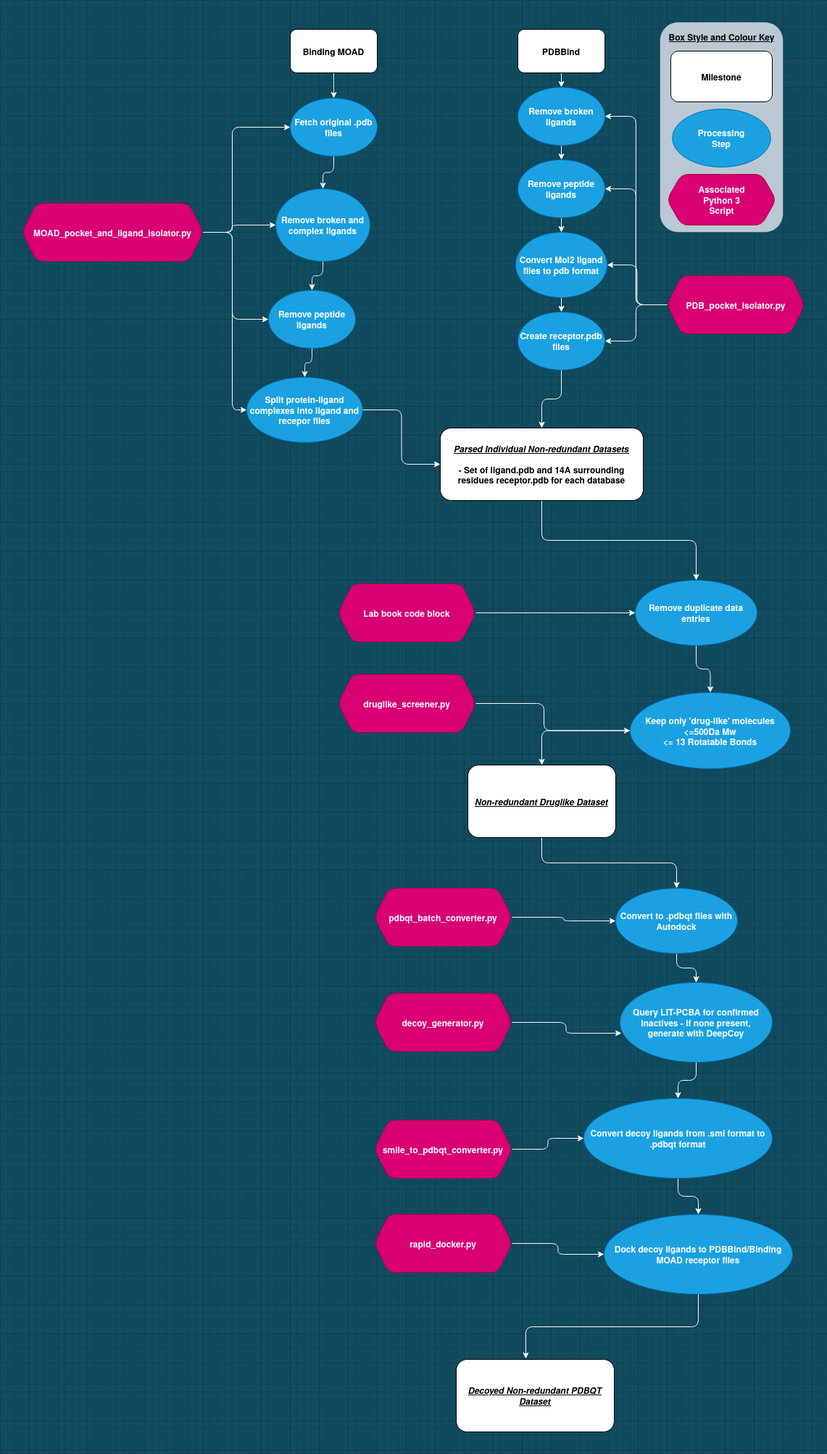
miles-mcgibbon/XGBScore keeps this draw.io diagram as labbook/Images/data_cleaning.png. Above is the earlier version. Source tidied: cells renumbered, new cells last; positions are measured from the earlier drawing's top-left corner, leaving out a move shared by most shapes.
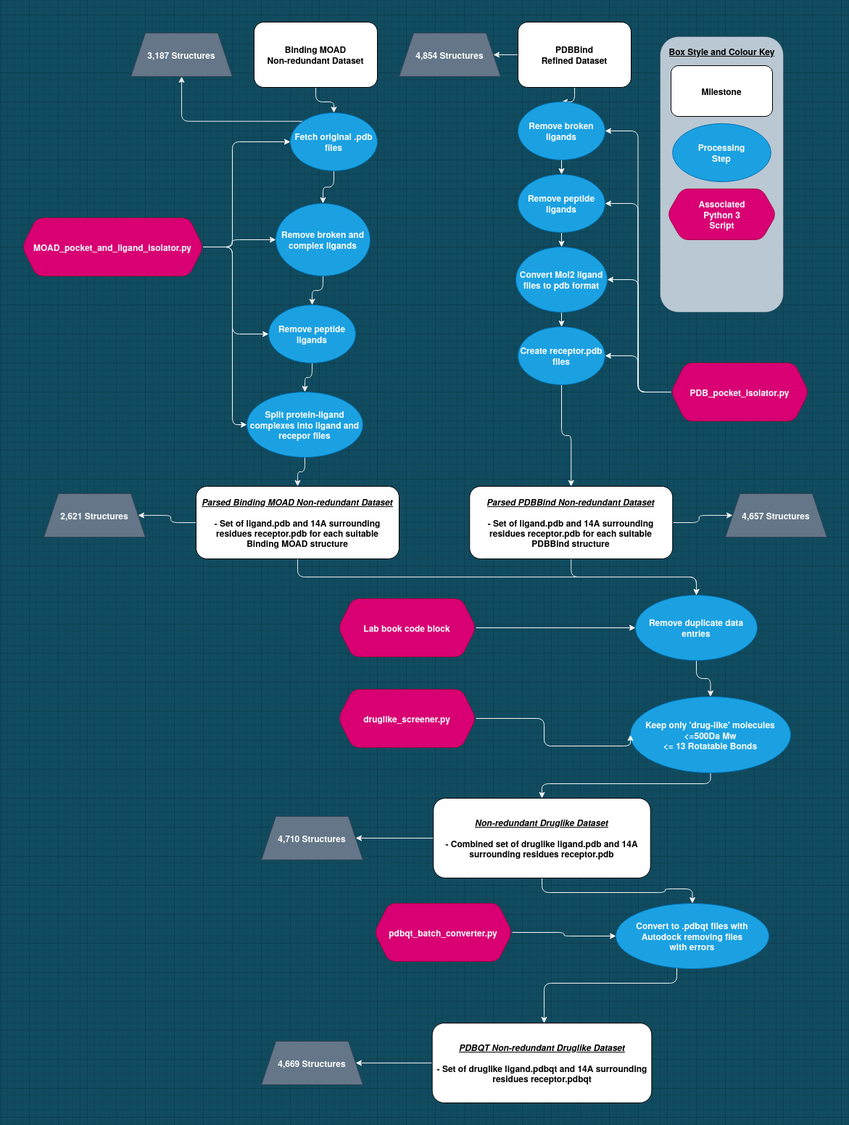
The same file after the commit.

Commit message:
Updated decoy generation notes with LIT-PCBA overlap analysis results

The edit, as a diff of the source:
```diff
@@ -3,21 +3,24 @@
     <mxCell id="0" />
     <mxCell id="1" parent="0" />
     <mxCell id="2" style="rounded=1;whiteSpace=wrap;html=1;strokeWidth=1;dashed=1;dashPattern=1 1;fillColor=#bac8d3;strokeColor=#23445d;" parent="1" vertex="1">
-      <mxGeometry x="880" width="170" height="290" as="geometry" />
+      <mxGeometry x="880" width="170" height="380" as="geometry" />
     </mxCell>
     <mxCell id="3" style="edgeStyle=orthogonalEdgeStyle;rounded=1;jettySize=auto;html=1;strokeColor=#F0F0F0;" parent="1" edge="1" source="4" target="52">
       <mxGeometry relative="1" as="geometry" />
     </mxCell>
-    <mxCell id="4" value="Binding MOAD" style="rounded=1;whiteSpace=wrap;html=1;sketch=0;fontStyle=1;" parent="1" vertex="1">
-      <mxGeometry x="370" y="10" width="120" height="60" as="geometry" />
+    <mxCell id="4" value="&lt;div&gt;Binding MOAD &lt;br&gt;&lt;/div&gt;&lt;div&gt;Non-redundant Dataset&lt;/div&gt;" style="rounded=1;whiteSpace=wrap;html=1;sketch=0;fontStyle=1;" parent="1" vertex="1">
+      <mxGeometry x="320" y="-20" width="170" height="90" as="geometry" />
     </mxCell>
     <mxCell id="5" style="edgeStyle=orthogonalEdgeStyle;rounded=1;jettySize=auto;html=1;strokeColor=#FAFAFA;" parent="1" edge="1" source="6" target="54">
       <mxGeometry relative="1" as="geometry" />
     </mxCell>
+    <mxCell id="66" style="edgeStyle=orthogonalEdgeStyle;rounded=1;jettySize=auto;html=1;exitX=0;exitY=0.5;exitDx=0;exitDy=0;entryX=1;entryY=0.5;entryDx=0;entryDy=0;strokeColor=#F0F0F0;" parent="1" edge="1" source="6" target="72">
+      <mxGeometry relative="1" as="geometry" />
+    </mxCell>
-    <mxCell id="6" value="PDBBind" style="rounded=1;whiteSpace=wrap;html=1;sketch=0;fontStyle=1;" parent="1" vertex="1">
-      <mxGeometry x="684" y="10" width="120" height="60" as="geometry" />
+    <mxCell id="6" value="&lt;div&gt;PDBBind &lt;br&gt;&lt;/div&gt;&lt;div&gt;Refined Dataset&lt;/div&gt;" style="rounded=1;whiteSpace=wrap;html=1;sketch=0;fontStyle=1;" parent="1" vertex="1">
+      <mxGeometry x="684" y="-20" width="156" height="90" as="geometry" />
     </mxCell>
-    <mxCell id="7" style="edgeStyle=orthogonalEdgeStyle;curved=0;rounded=1;sketch=0;jettySize=auto;html=1;entryX=0;entryY=0.5;entryDx=0;entryDy=0;fontColor=#E4FDE1;strokeColor=#F7F7F7;fontStyle=1;exitX=1;exitY=0.5;exitDx=0;exitDy=0;" parent="1" edge="1" source="8" target="11">
+    <mxCell id="7" style="edgeStyle=orthogonalEdgeStyle;rounded=1;jettySize=auto;html=1;entryX=0.5;entryY=0;entryDx=0;entryDy=0;strokeColor=#F0F0F0;" parent="1" edge="1" source="8" target="11">
       <mxGeometry relative="1" as="geometry" />
     </mxCell>
     <mxCell id="8" value="Split protein-ligand complexes into ligand and recepor files" style="ellipse;whiteSpace=wrap;html=1;rounded=1;sketch=0;fillColor=#1ba1e2;strokeColor=#006EAF;fontColor=#ffffff;fontStyle=1;" parent="1" vertex="1">
@@ -26,54 +29,51 @@
     <mxCell id="9" style="edgeStyle=orthogonalEdgeStyle;curved=0;rounded=1;sketch=0;jettySize=auto;html=1;strokeColor=#F7F7F7;fillColor=#F45B69;fontColor=#E4FDE1;exitX=0.5;exitY=1;exitDx=0;exitDy=0;entryX=0.5;entryY=0;entryDx=0;entryDy=0;fontStyle=1;" parent="1" edge="1" source="17" target="19">
       <mxGeometry relative="1" as="geometry" />
     </mxCell>
-    <mxCell id="10" style="edgeStyle=orthogonalEdgeStyle;curved=0;rounded=1;sketch=0;jettySize=auto;html=1;strokeColor=#F7F7F7;fillColor=#F45B69;fontColor=#E4FDE1;fontStyle=1;" parent="1" edge="1" source="11" target="17">
+    <mxCell id="10" style="edgeStyle=orthogonalEdgeStyle;rounded=1;jettySize=auto;html=1;exitX=0.5;exitY=1;exitDx=0;exitDy=0;entryX=0.5;entryY=0;entryDx=0;entryDy=0;strokeColor=#F0F0F0;" parent="1" edge="1" source="11" target="17">
       <mxGeometry relative="1" as="geometry" />
     </mxCell>
+    <mxCell id="67" style="edgeStyle=orthogonalEdgeStyle;rounded=1;jettySize=auto;html=1;exitX=0;exitY=0.5;exitDx=0;exitDy=0;entryX=1;entryY=0.5;entryDx=0;entryDy=0;strokeColor=#F0F0F0;" parent="1" edge="1" source="11" target="77">
+      <mxGeometry relative="1" as="geometry" />
+    </mxCell>
-    <mxCell id="11" value="&lt;div&gt;&lt;u&gt;&lt;i&gt;Parsed Individual Non-redundant Datasets&lt;/i&gt;&lt;/u&gt;&lt;br&gt;&lt;/div&gt;&lt;div&gt;&lt;br&gt;&lt;/div&gt;&lt;div&gt;- Set of ligand.pdb and 14A surrounding residues receptor.pdb for each database&lt;br&gt;&lt;/div&gt;" style="rounded=1;whiteSpace=wrap;html=1;sketch=0;fontStyle=1;" parent="1" vertex="1">
-      <mxGeometry x="577" y="560" width="280" height="100" as="geometry" />
+    <mxCell id="11" value="&lt;div&gt;&lt;u&gt;&lt;i&gt;Parsed Binding MOAD Non-redundant Dataset&lt;/i&gt;&lt;/u&gt;&lt;br&gt;&lt;/div&gt;&lt;div&gt;&lt;br&gt;&lt;/div&gt;&lt;div&gt;- Set of ligand.pdb and 14A surrounding residues receptor.pdb for each suitable &lt;br&gt;&lt;/div&gt;&lt;div&gt;Binding MOAD structure&lt;br&gt;&lt;/div&gt;" style="rounded=1;whiteSpace=wrap;html=1;sketch=0;fontStyle=1;" parent="1" vertex="1">
+      <mxGeometry x="240" y="620" width="280" height="100" as="geometry" />
     </mxCell>
-    <mxCell id="12" style="edgeStyle=orthogonalEdgeStyle;curved=0;rounded=1;sketch=0;jettySize=auto;html=1;strokeColor=#F7F7F7;fillColor=#F45B69;fontColor=#E4FDE1;fontStyle=1;" parent="1" edge="1" source="13" target="15">
-      <mxGeometry relative="1" as="geometry" />
+    <mxCell id="12" style="edgeStyle=orthogonalEdgeStyle;curved=0;rounded=1;sketch=0;jettySize=auto;html=1;strokeColor=#F7F7F7;fillColor=#F45B69;fontColor=#E4FDE1;fontStyle=1;" parent="1" edge="1" source="13">
+      <mxGeometry relative="1" as="geometry">
+        <mxPoint x="720" y="1360" as="targetPoint" />
+        <Array as="points">
+          <mxPoint x="903" y="1305" />
+          <mxPoint x="720" y="1305" />
+          <mxPoint x="720" y="1350" />
+        </Array>
+      </mxGeometry>
     </mxCell>
-    <mxCell id="13" value="Convert to .pdbqt files with Autodock" style="ellipse;whiteSpace=wrap;html=1;rounded=0;sketch=0;strokeColor=#006EAF;fillColor=#1ba1e2;fontColor=#ffffff;fontStyle=1;" parent="1" vertex="1">
-      <mxGeometry x="819" y="1195" width="168" height="90" as="geometry" />
+    <mxCell id="13" value="&lt;div&gt;Convert to .pdbqt files with Autodock removing files &lt;br&gt;&lt;/div&gt;&lt;div&gt;with errors&lt;/div&gt;" style="ellipse;whiteSpace=wrap;html=1;rounded=0;sketch=0;strokeColor=#006EAF;fillColor=#1ba1e2;fontColor=#ffffff;fontStyle=1;" parent="1" vertex="1">
+      <mxGeometry x="819" y="1195" width="211" height="90" as="geometry" />
     </mxCell>
-    <mxCell id="14" style="edgeStyle=orthogonalEdgeStyle;rounded=1;jettySize=auto;html=1;strokeColor=#FAFAFA;fontStyle=1;" parent="1" edge="1" source="15" target="23">
-      <mxGeometry relative="1" as="geometry" />
-    </mxCell>
-    <mxCell id="15" value="&lt;div&gt;Query LIT-PCBA for confirmed inactives - if none present, &lt;br&gt;&lt;/div&gt;&lt;div&gt;generate with DeepCoy &lt;/div&gt;" style="ellipse;whiteSpace=wrap;html=1;rounded=0;sketch=0;strokeColor=#006EAF;fillColor=#1ba1e2;fontColor=#ffffff;fontStyle=1;" parent="1" vertex="1">
-      <mxGeometry x="825" y="1325" width="210" height="110" as="geometry" />
-    </mxCell>
-    <mxCell id="16" value="&lt;i&gt;&lt;u&gt;&lt;b&gt;Decoyed Non-redundant PDBQT Dataset&lt;br&gt;&lt;/b&gt;&lt;/u&gt;&lt;/i&gt;" style="rounded=1;whiteSpace=wrap;html=1;sketch=0;fontStyle=1;" parent="1" vertex="1">
-      <mxGeometry x="599" y="1845" width="218" height="100" as="geometry" />
-    </mxCell>
     <mxCell id="17" value="&lt;div&gt;Remove duplicate data &lt;br&gt;&lt;/div&gt;&lt;div&gt;entries&lt;/div&gt;" style="ellipse;whiteSpace=wrap;html=1;rounded=0;sketch=0;strokeColor=#006EAF;fillColor=#1ba1e2;fontColor=#ffffff;fontStyle=1;" parent="1" vertex="1">
       <mxGeometry x="846" y="770" width="168" height="90" as="geometry" />
     </mxCell>
     <mxCell id="18" style="edgeStyle=orthogonalEdgeStyle;rounded=1;jettySize=auto;html=1;entryX=0.5;entryY=0;entryDx=0;entryDy=0;strokeColor=#FAFAFA;" parent="1" edge="1" source="19" target="21">
-      <mxGeometry relative="1" as="geometry" />
+      <mxGeometry relative="1" as="geometry">
+        <Array as="points">
+          <mxPoint x="950" y="1030" />
+          <mxPoint x="717" y="1030" />
+        </Array>
+      </mxGeometry>
     </mxCell>
     <mxCell id="19" value="&lt;div&gt;Keep only 'drug-like' molecules&lt;/div&gt;&lt;div&gt;&amp;lt;=500Da Mw&lt;/div&gt;&lt;div&gt;&amp;lt;= 13 Rotatable Bonds&lt;br&gt;&lt;/div&gt;" style="ellipse;whiteSpace=wrap;html=1;rounded=0;sketch=0;strokeColor=#006EAF;fillColor=#1ba1e2;fontColor=#ffffff;fontStyle=1;" parent="1" vertex="1">
-      <mxGeometry x="839" y="925" width="221" height="105" as="geometry" />
+      <mxGeometry x="839" y="910" width="221" height="105" as="geometry" />
     </mxCell>
     <mxCell id="20" style="edgeStyle=orthogonalEdgeStyle;rounded=1;jettySize=auto;html=1;entryX=0.5;entryY=0;entryDx=0;entryDy=0;strokeColor=#FAFAFA;" parent="1" edge="1" source="21" target="13">
       <mxGeometry relative="1" as="geometry" />
     </mxCell>
+    <mxCell id="68" style="edgeStyle=orthogonalEdgeStyle;rounded=1;jettySize=auto;html=1;entryX=1;entryY=0.5;entryDx=0;entryDy=0;strokeColor=#F0F0F0;" parent="1" edge="1" source="21" target="78">
+      <mxGeometry relative="1" as="geometry" />
+    </mxCell>
-    <mxCell id="21" value="&lt;u&gt;&lt;i&gt;Non-redundant Druglike Dataset&lt;br&gt;&lt;/i&gt;&lt;/u&gt;" style="rounded=1;whiteSpace=wrap;html=1;sketch=0;fontStyle=1;" parent="1" vertex="1">
-      <mxGeometry x="615" y="1025" width="204" height="100" as="geometry" />
+    <mxCell id="21" value="&lt;div&gt;&lt;u&gt;&lt;i&gt;Non-redundant Druglike Dataset&lt;/i&gt;&lt;/u&gt;&lt;/div&gt;&lt;div&gt;&lt;br&gt;&lt;/div&gt;&lt;div&gt;- Combined set of druglike ligand.pdb and 14A surrounding residues receptor.pdb &lt;br&gt;&lt;/div&gt;" style="rounded=1;whiteSpace=wrap;html=1;sketch=0;fontStyle=1;" parent="1" vertex="1">
+      <mxGeometry x="567.2" y="1050" width="299.5" height="110" as="geometry" />
     </mxCell>
-    <mxCell id="22" style="edgeStyle=orthogonalEdgeStyle;rounded=1;jettySize=auto;html=1;strokeColor=#FAFAFA;fontStyle=1;" parent="1" edge="1" source="23" target="25">
-      <mxGeometry relative="1" as="geometry" />
-    </mxCell>
-    <mxCell id="23" value="Convert decoy ligands from .smi format to .pdbqt format" style="ellipse;whiteSpace=wrap;html=1;rounded=0;sketch=0;strokeColor=#006EAF;fillColor=#1ba1e2;fontColor=#ffffff;fontStyle=1;" parent="1" vertex="1">
-      <mxGeometry x="775" y="1485" width="260" height="110" as="geometry" />
-    </mxCell>
-    <mxCell id="24" style="edgeStyle=orthogonalEdgeStyle;rounded=1;jettySize=auto;html=1;entryX=0.44;entryY=-0.01;entryDx=0;entryDy=0;entryPerimeter=0;strokeColor=#FAFAFA;fontStyle=1;" parent="1" edge="1" source="25" target="16">
-      <mxGeometry relative="1" as="geometry" />
-    </mxCell>
-    <mxCell id="25" value="Dock decoy ligands to PDBBind/Binding MOAD receptor files" style="ellipse;whiteSpace=wrap;html=1;rounded=0;sketch=0;strokeColor=#006EAF;fillColor=#1ba1e2;fontColor=#ffffff;fontStyle=1;" parent="1" vertex="1">
-      <mxGeometry x="803" y="1645" width="260" height="110" as="geometry" />
-    </mxCell>
     <mxCell id="26" style="edgeStyle=orthogonalEdgeStyle;rounded=1;jettySize=auto;html=1;entryX=0;entryY=0.5;entryDx=0;entryDy=0;strokeColor=#FAFAFA;" parent="1" edge="1" source="30" target="52">
       <mxGeometry relative="1" as="geometry">
         <Array as="points">
@@ -132,24 +132,6 @@
     <mxCell id="36" value="pdbqt_batch_converter.py" style="shape=hexagon;perimeter=hexagonPerimeter2;whiteSpace=wrap;html=1;fixedSize=1;rounded=1;fontStyle=1;strokeColor=#A50040;fillColor=#d80073;sketch=0;fontColor=#ffffff;" parent="1" vertex="1">
       <mxGeometry x="486" y="1195" width="190" height="80" as="geometry" />
     </mxCell>
-    <mxCell id="37" style="edgeStyle=orthogonalEdgeStyle;rounded=1;jettySize=auto;html=1;entryX=0.01;entryY=0.636;entryDx=0;entryDy=0;entryPerimeter=0;strokeColor=#FAFAFA;" parent="1" edge="1" source="38" target="15">
-      <mxGeometry relative="1" as="geometry" />
-    </mxCell>
-    <mxCell id="38" value="decoy_generator.py" style="shape=hexagon;perimeter=hexagonPerimeter2;whiteSpace=wrap;html=1;fixedSize=1;rounded=1;fontStyle=1;strokeColor=#A50040;fillColor=#d80073;sketch=0;fontColor=#ffffff;" parent="1" vertex="1">
-      <mxGeometry x="486" y="1340" width="190" height="80" as="geometry" />
-    </mxCell>
-    <mxCell id="39" style="edgeStyle=orthogonalEdgeStyle;rounded=1;jettySize=auto;html=1;entryX=0;entryY=0.5;entryDx=0;entryDy=0;strokeColor=#FAFAFA;" parent="1" edge="1" source="40" target="23">
-      <mxGeometry relative="1" as="geometry" />
-    </mxCell>
-    <mxCell id="40" value="smile_to_pdbqt_converter.py" style="shape=hexagon;perimeter=hexagonPerimeter2;whiteSpace=wrap;html=1;fixedSize=1;rounded=1;fontStyle=1;strokeColor=#A50040;fillColor=#d80073;sketch=0;fontColor=#ffffff;" parent="1" vertex="1">
-      <mxGeometry x="486" y="1515" width="190" height="80" as="geometry" />
-    </mxCell>
-    <mxCell id="41" style="edgeStyle=orthogonalEdgeStyle;rounded=1;jettySize=auto;html=1;entryX=0;entryY=0.5;entryDx=0;entryDy=0;strokeColor=#FAFAFA;" parent="1" edge="1" source="42" target="25">
-      <mxGeometry relative="1" as="geometry" />
-    </mxCell>
-    <mxCell id="42" value="rapid_docker.py" style="shape=hexagon;perimeter=hexagonPerimeter2;whiteSpace=wrap;html=1;fixedSize=1;rounded=1;fontStyle=1;strokeColor=#A50040;fillColor=#d80073;sketch=0;fontColor=#ffffff;" parent="1" vertex="1">
-      <mxGeometry x="486" y="1645" width="190" height="80" as="geometry" />
-    </mxCell>
     <mxCell id="43" value="&lt;b&gt;Milestone&lt;/b&gt;" style="rounded=1;whiteSpace=wrap;html=1;perimeterSpacing=5;strokeWidth=1;" parent="1" vertex="1">
       <mxGeometry x="895" y="40" width="140" height="70" as="geometry" />
     </mxCell>
@@ -177,6 +159,9 @@
     <mxCell id="51" style="edgeStyle=orthogonalEdgeStyle;rounded=1;jettySize=auto;html=1;entryX=0.5;entryY=0;entryDx=0;entryDy=0;strokeColor=#F0F0F0;" parent="1" edge="1" source="52" target="48">
       <mxGeometry relative="1" as="geometry" />
     </mxCell>
+    <mxCell id="69" style="edgeStyle=orthogonalEdgeStyle;rounded=1;jettySize=auto;html=1;exitX=0;exitY=0;exitDx=0;exitDy=0;entryX=0.5;entryY=1;entryDx=0;entryDy=0;strokeColor=#F0F0F0;" parent="1" edge="1" source="52" target="80">
+      <mxGeometry relative="1" as="geometry" />
+    </mxCell>
     <mxCell id="52" value="Fetch original .pdb files" style="ellipse;whiteSpace=wrap;html=1;rounded=1;fontStyle=1;sketch=0;fillColor=#1ba1e2;strokeColor=#006EAF;fontColor=#ffffff;" parent="1" vertex="1">
       <mxGeometry x="370" y="105" width="120" height="80" as="geometry" />
     </mxCell>
@@ -198,8 +183,13 @@
     <mxCell id="58" value="Convert Mol2 ligand files to pdb format" style="ellipse;whiteSpace=wrap;html=1;rounded=1;fontStyle=1;sketch=0;fillColor=#1ba1e2;strokeColor=#006EAF;fontColor=#ffffff;" parent="1" vertex="1">
       <mxGeometry x="681" y="290" width="126" height="90" as="geometry" />
     </mxCell>
-    <mxCell id="59" style="edgeStyle=orthogonalEdgeStyle;rounded=1;jettySize=auto;html=1;entryX=0.5;entryY=0;entryDx=0;entryDy=0;strokeColor=#FAFAFA;" parent="1" edge="1" source="60" target="11">
-      <mxGeometry relative="1" as="geometry" />
+    <mxCell id="59" style="edgeStyle=orthogonalEdgeStyle;rounded=1;jettySize=auto;html=1;entryX=0.5;entryY=0;entryDx=0;entryDy=0;strokeColor=#FAFAFA;exitX=0.5;exitY=1;exitDx=0;exitDy=0;" parent="1" edge="1" source="60" target="75">
+      <mxGeometry relative="1" as="geometry">
+        <Array as="points">
+          <mxPoint x="744" y="550" />
+          <mxPoint x="757" y="550" />
+        </Array>
+      </mxGeometry>
     </mxCell>
     <mxCell id="60" value="Create receptor.pdb files" style="ellipse;whiteSpace=wrap;html=1;fillColor=#1ba1e2;strokeColor=#006EAF;fontColor=#ffffff;fontStyle=1;" parent="1" vertex="1">
       <mxGeometry x="684" y="400" width="120" height="80" as="geometry" />
@@ -211,13 +201,53 @@
       <mxGeometry relative="1" as="geometry" />
     </mxCell>
     <mxCell id="63" style="edgeStyle=orthogonalEdgeStyle;rounded=1;jettySize=auto;html=1;strokeColor=#FAFAFA;" parent="1" edge="1" source="65" target="58">
-      <mxGeometry relative="1" as="geometry" />
+      <mxGeometry relative="1" as="geometry">
+        <Array as="points">
+          <mxPoint x="850" y="490" />
+          <mxPoint x="850" y="335" />
+        </Array>
+      </mxGeometry>
     </mxCell>
     <mxCell id="64" style="edgeStyle=orthogonalEdgeStyle;rounded=1;jettySize=auto;html=1;entryX=1;entryY=0.5;entryDx=0;entryDy=0;strokeColor=#FAFAFA;" parent="1" edge="1" source="65" target="60">
       <mxGeometry relative="1" as="geometry" />
     </mxCell>
     <mxCell id="65" value="&lt;div&gt;PDB_pocket_isolator.py&lt;/div&gt;" style="shape=hexagon;perimeter=hexagonPerimeter2;whiteSpace=wrap;html=1;fixedSize=1;rounded=1;fontStyle=1;strokeColor=#A50040;fillColor=#d80073;sketch=0;fontColor=#ffffff;" parent="1" vertex="1">
-      <mxGeometry x="889.8" y="350" width="190" height="80" as="geometry" />
+      <mxGeometry x="895" y="450" width="190" height="80" as="geometry" />
     </mxCell>
+    <mxCell id="70" style="edgeStyle=orthogonalEdgeStyle;rounded=1;jettySize=auto;html=1;entryX=1;entryY=0.5;entryDx=0;entryDy=0;strokeColor=#F0F0F0;" parent="1" edge="1" source="71" target="79">
+      <mxGeometry relative="1" as="geometry" />
+    </mxCell>
+    <mxCell id="71" value="&lt;div&gt;&lt;u&gt;&lt;i&gt;PDBQT Non-redundant Druglike Dataset&lt;/i&gt;&lt;/u&gt;&lt;/div&gt;&lt;div&gt;&lt;br&gt;&lt;/div&gt;&lt;div&gt;- Set of druglike ligand.pdbqt and 14A surrounding residues receptor.pdbqt &lt;br&gt;&lt;/div&gt;" style="rounded=1;whiteSpace=wrap;html=1;sketch=0;fontStyle=1;" parent="1" vertex="1">
+      <mxGeometry x="565.6" y="1360" width="302.8" height="110" as="geometry" />
+    </mxCell>
+    <mxCell id="72" value="&lt;b&gt;4,854 Structures&lt;br&gt;&lt;/b&gt;" style="shape=trapezoid;perimeter=trapezoidPerimeter;whiteSpace=wrap;html=1;fixedSize=1;fillColor=#647687;strokeColor=#314354;fontColor=#ffffff;" parent="1" vertex="1">
+      <mxGeometry x="520" y="-5" width="140" height="60" as="geometry" />
+    </mxCell>
+    <mxCell id="73" style="edgeStyle=orthogonalEdgeStyle;rounded=1;jettySize=auto;html=1;exitX=0.5;exitY=1;exitDx=0;exitDy=0;strokeColor=#F0F0F0;" parent="1" edge="1" source="75">
+      <mxGeometry relative="1" as="geometry">
+        <mxPoint x="930" y="770" as="targetPoint" />
+      </mxGeometry>
+    </mxCell>
+    <mxCell id="74" style="edgeStyle=orthogonalEdgeStyle;rounded=1;jettySize=auto;html=1;strokeColor=#F0F0F0;" parent="1" edge="1" source="75" target="76">
+      <mxGeometry relative="1" as="geometry" />
+    </mxCell>
+    <mxCell id="75" value="&lt;div&gt;&lt;u&gt;&lt;i&gt;Parsed PDBBind Non-redundant Dataset&lt;/i&gt;&lt;/u&gt;&lt;br&gt;&lt;/div&gt;&lt;div&gt;&lt;br&gt;&lt;/div&gt;&lt;div&gt;- Set of ligand.pdb and 14A surrounding residues receptor.pdb for each suitable PDBBind structure&lt;br&gt;&lt;/div&gt;" style="rounded=1;whiteSpace=wrap;html=1;sketch=0;fontStyle=1;" parent="1" vertex="1">
+      <mxGeometry x="617.2" y="620" width="280" height="100" as="geometry" />
+    </mxCell>
+    <mxCell id="76" value="&lt;b&gt;4,657 Structures&lt;/b&gt;" style="shape=trapezoid;perimeter=trapezoidPerimeter;whiteSpace=wrap;html=1;fixedSize=1;fillColor=#647687;strokeColor=#314354;fontColor=#ffffff;" parent="1" vertex="1">
+      <mxGeometry x="970" y="630" width="140" height="60" as="geometry" />
+    </mxCell>
+    <mxCell id="77" value="&lt;b&gt;2,621 Structures&lt;/b&gt;" style="shape=trapezoid;perimeter=trapezoidPerimeter;whiteSpace=wrap;html=1;fixedSize=1;fillColor=#647687;strokeColor=#314354;fontColor=#ffffff;" parent="1" vertex="1">
+      <mxGeometry x="30" y="630" width="140" height="60" as="geometry" />
+    </mxCell>
+    <mxCell id="78" value="&lt;b&gt;4,710 Structures&lt;br&gt;&lt;/b&gt;" style="shape=trapezoid;perimeter=trapezoidPerimeter;whiteSpace=wrap;html=1;fixedSize=1;fillColor=#647687;strokeColor=#314354;fontColor=#ffffff;" parent="1" vertex="1">
+      <mxGeometry x="330" y="1075" width="140" height="60" as="geometry" />
+    </mxCell>
+    <mxCell id="79" value="&lt;b&gt;4,669 Structures&lt;br&gt;&lt;/b&gt;" style="shape=trapezoid;perimeter=trapezoidPerimeter;whiteSpace=wrap;html=1;fixedSize=1;fillColor=#647687;strokeColor=#314354;fontColor=#ffffff;" parent="1" vertex="1">
+      <mxGeometry x="330" y="1385" width="140" height="60" as="geometry" />
+    </mxCell>
+    <mxCell id="80" value="&lt;b&gt;3,187 Structures&lt;br&gt;&lt;/b&gt;" style="shape=trapezoid;perimeter=trapezoidPerimeter;whiteSpace=wrap;html=1;fixedSize=1;fillColor=#647687;strokeColor=#314354;fontColor=#ffffff;" parent="1" vertex="1">
+      <mxGeometry x="150" y="-5" width="140" height="60" as="geometry" />
+    </mxCell>
   </root>
 </mxGraphModel>
```
